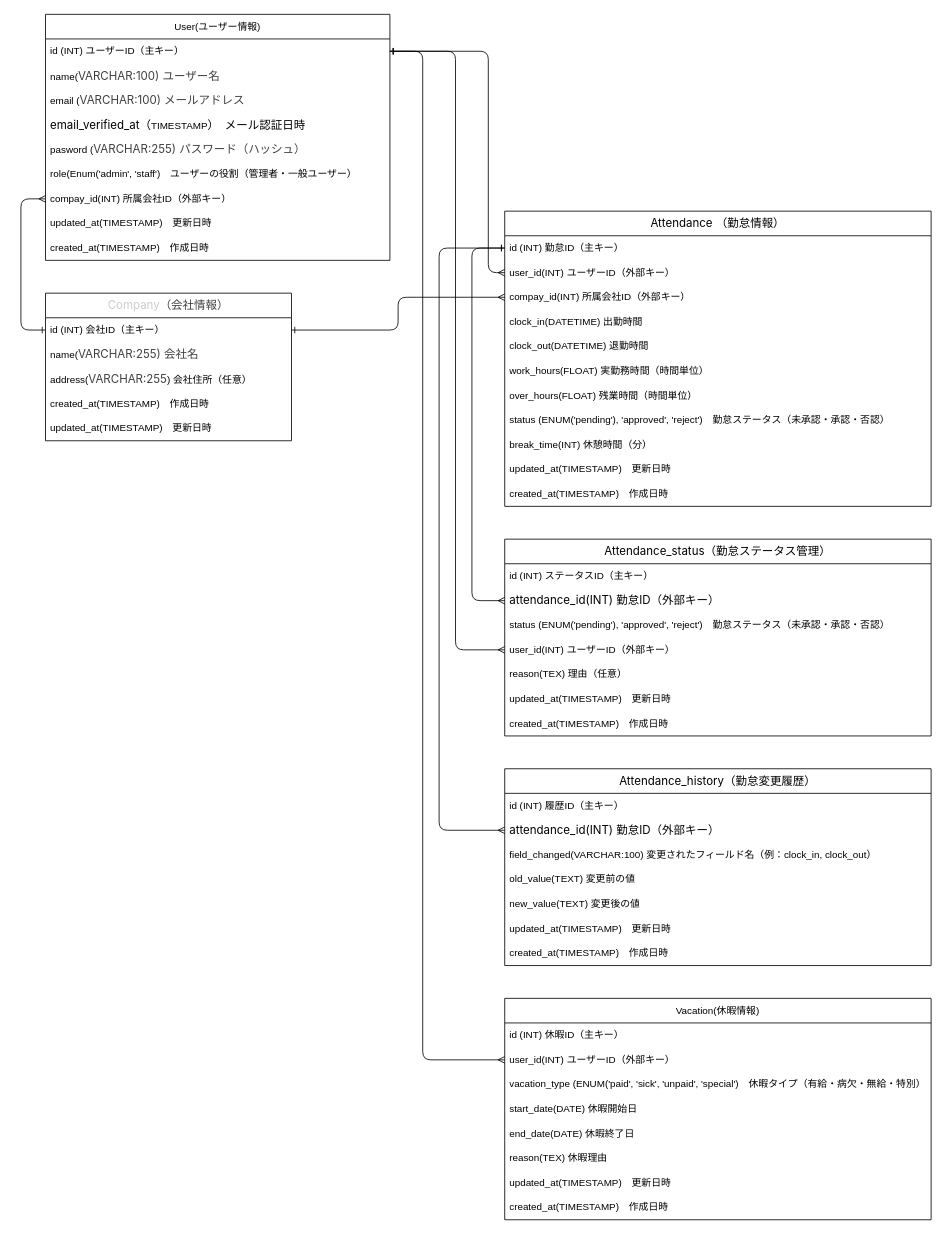
so-iwata-epkotsoftware/AttendanceManagementSystem keeps this draw.io diagram as ER図.drawio. Above is the earlier version. Source tidied: cells renumbered, new cells numbered last; positions are measured from the earlier drawing's top-left corner, leaving out a move shared by most shapes. Both pictures are drawn from the tidied source at 82%, with x=0, y=0 at pixel (20, 14).
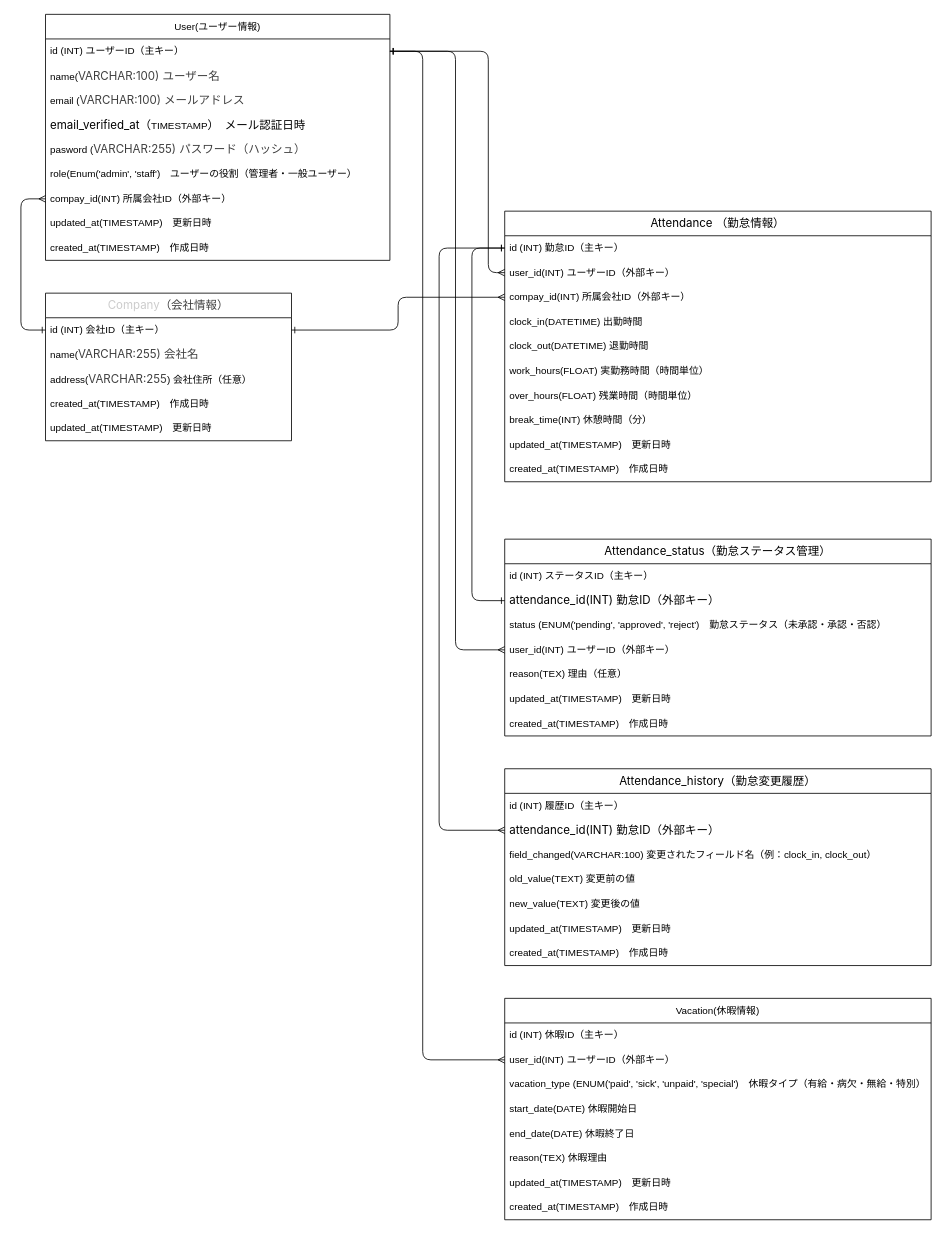
After the change.

Unchanged cells that the change refers to:
```xml
<mxCell id="18" value="&lt;span style=&quot;font-family: -apple-system, &amp;quot;system-ui&amp;quot;, &amp;quot;Segoe WPC&amp;quot;, &amp;quot;Segoe UI&amp;quot;, system-ui, Ubuntu, &amp;quot;Droid Sans&amp;quot;, sans-serif; font-size: 14px; text-align: left;&quot;&gt;&lt;font style=&quot;color: rgb(0, 0, 0);&quot;&gt;Attendance_status（勤怠ステータス管理）&lt;/font&gt;&lt;/span&gt;" style="swimlane;fontStyle=0;horizontal=1;startSize=30;whiteSpace=wrap;html=1;" parent="1" vertex="1">
  <mxGeometry x="590" y="640" width="520" height="240" as="geometry" />
</mxCell>
<mxCell id="20" value="&lt;span style=&quot;color: rgb(0, 0, 0); font-family: -apple-system, &amp;quot;system-ui&amp;quot;, &amp;quot;Segoe WPC&amp;quot;, &amp;quot;Segoe UI&amp;quot;, system-ui, Ubuntu, &amp;quot;Droid Sans&amp;quot;, sans-serif; font-size: 14px;&quot;&gt;attendance_id(INT) 勤怠ID（外部キー）&lt;/span&gt;" style="text;strokeColor=none;fillColor=none;align=left;verticalAlign=middle;spacingLeft=4;spacingRight=4;overflow=hidden;points=[[0,0.5],[1,0.5]];portConstraint=eastwest;whiteSpace=wrap;html=1;" parent="18" vertex="1">
  <mxGeometry y="60" width="520" height="30" as="geometry" />
</mxCell>
<mxCell id="35" value="id (INT) 勤怠ID（主キー）" style="text;strokeColor=none;fillColor=none;align=left;verticalAlign=middle;spacingLeft=4;spacingRight=4;overflow=hidden;points=[[0,0.5],[1,0.5]];portConstraint=eastwest;whiteSpace=wrap;html=1;" parent="34" vertex="1">
  <mxGeometry y="30" width="520" height="30" as="geometry" />
</mxCell>
```

Diff of the diagram source:
```diff
@@
-    <mxCell id="21" value="status (ENUM('pending'), 'approved', 'reject')　勤怠ステータス（未承認・承認・否認）" style="text;strokeColor=none;fillColor=none;align=left;verticalAlign=middle;spacingLeft=4;spacingRight=4;overflow=hidden;whiteSpace=wrap;html=1;" parent="18" vertex="1">
+    <mxCell id="21" value="status (ENUM('pending', 'approved', 'reject')　勤怠ステータス（未承認・承認・否認）" style="text;strokeColor=none;fillColor=none;align=left;verticalAlign=middle;spacingLeft=4;spacingRight=4;overflow=hidden;whiteSpace=wrap;html=1;" parent="18" vertex="1">
       <mxGeometry y="90" width="520" height="30" as="geometry" />
     </mxCell>
@@
     <mxCell id="34" value="&lt;div style=&quot;text-align: left;&quot;&gt;&lt;font face=&quot;-apple-system, system-ui, Segoe WPC, Segoe UI, system-ui, Ubuntu, Droid Sans, sans-serif&quot;&gt;&lt;span style=&quot;font-size: 14px;&quot;&gt;At&lt;/span&gt;&lt;/font&gt;&lt;span style=&quot;font-family: -apple-system, &amp;quot;system-ui&amp;quot;, &amp;quot;Segoe WPC&amp;quot;, &amp;quot;Segoe UI&amp;quot;, system-ui, Ubuntu, &amp;quot;Droid Sans&amp;quot;, sans-serif; font-size: 14px; background-color: transparent;&quot;&gt;&lt;font style=&quot;color: rgb(0, 0, 0);&quot;&gt;tendance （勤怠情報）&lt;/font&gt;&lt;/span&gt;&lt;/div&gt;" style="swimlane;fontStyle=0;horizontal=1;startSize=30;whiteSpace=wrap;html=1;" parent="1" vertex="1">
-      <mxGeometry x="590" y="240" width="520" height="360" as="geometry" />
+      <mxGeometry x="590" y="240" width="520" height="330" as="geometry" />
     </mxCell>
@@
-    <mxCell id="42" value="status (ENUM('pending'), 'approved', 'reject')　勤怠ステータス（未承認・承認・否認）" style="text;strokeColor=none;fillColor=none;align=left;verticalAlign=middle;spacingLeft=4;spacingRight=4;overflow=hidden;whiteSpace=wrap;html=1;" parent="34" vertex="1">
-      <mxGeometry y="240" width="520" height="30" as="geometry" />
-    </mxCell>
     <mxCell id="43" value="break_time(INT) 休憩時間（分）" style="text;strokeColor=none;fillColor=none;align=left;verticalAlign=middle;spacingLeft=4;spacingRight=4;overflow=hidden;whiteSpace=wrap;html=1;" parent="34" vertex="1">
-      <mxGeometry y="270" width="520" height="30" as="geometry" />
+      <mxGeometry y="240" width="520" height="30" as="geometry" />
     </mxCell>
     <mxCell id="44" value="&lt;span style=&quot;color: rgb(0, 0, 0);&quot;&gt;updated_at(TIMESTAMP)　更新日時&lt;/span&gt;" style="text;strokeColor=none;fillColor=none;align=left;verticalAlign=middle;spacingLeft=4;spacingRight=4;overflow=hidden;whiteSpace=wrap;html=1;" parent="34" vertex="1">
-      <mxGeometry y="300" width="520" height="30" as="geometry" />
+      <mxGeometry y="270" width="520" height="30" as="geometry" />
     </mxCell>
     <mxCell id="45" value="created_at(TIMESTAMP)　作成日時" style="text;strokeColor=none;fillColor=none;align=left;verticalAlign=middle;spacingLeft=4;spacingRight=4;overflow=hidden;whiteSpace=wrap;html=1;" parent="34" vertex="1">
-      <mxGeometry y="330" width="520" height="30" as="geometry" />
+      <mxGeometry y="300" width="520" height="30" as="geometry" />
     </mxCell>
@@
-    <mxCell id="58" style="edgeStyle=none;html=1;exitX=0;exitY=0.5;exitDx=0;exitDy=0;entryX=0;entryY=0.5;entryDx=0;entryDy=0;endArrow=ERmany;endFill=0;startArrow=ERone;startFill=0;" parent="1" edge="1" source="35" target="20">
+    <mxCell id="58" style="edgeStyle=none;html=1;exitX=0;exitY=0.5;exitDx=0;exitDy=0;entryX=0;entryY=0.5;entryDx=0;entryDy=0;endArrow=ERone;endFill=0;startArrow=ERone;startFill=0;" parent="1" edge="1" source="35" target="20">
       <mxGeometry relative="1" as="geometry">
         <Array as="points">
           <mxPoint x="550" y="285" />
           <mxPoint x="550" y="715" />
         </Array>
       </mxGeometry>
     </mxCell>
```
